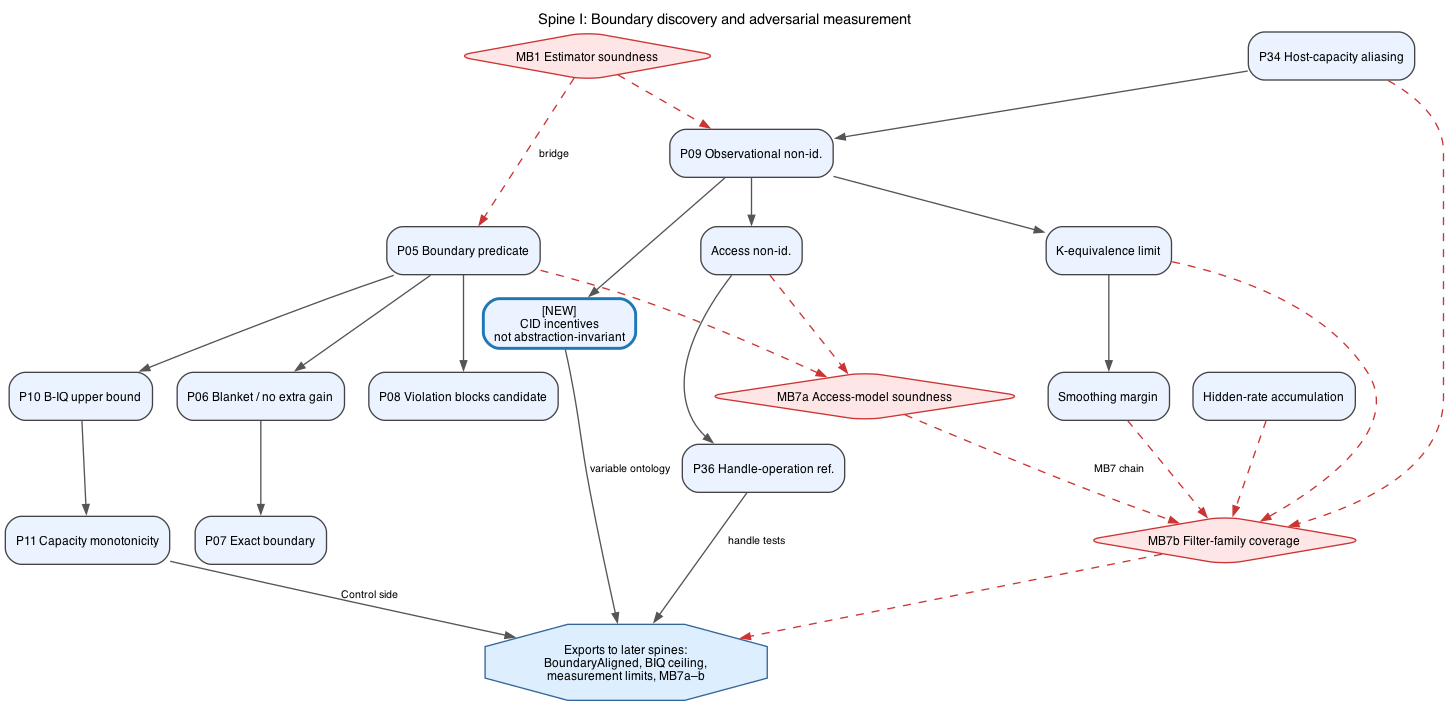
Earlier version of the Graphviz export figures/lean_proof/01-boundary-measurement.png (GunnarZarncke/towards-asi-alignment). Its source is kept beside it as context/lean_proof_graphs/01-boundary-measurement.dot.
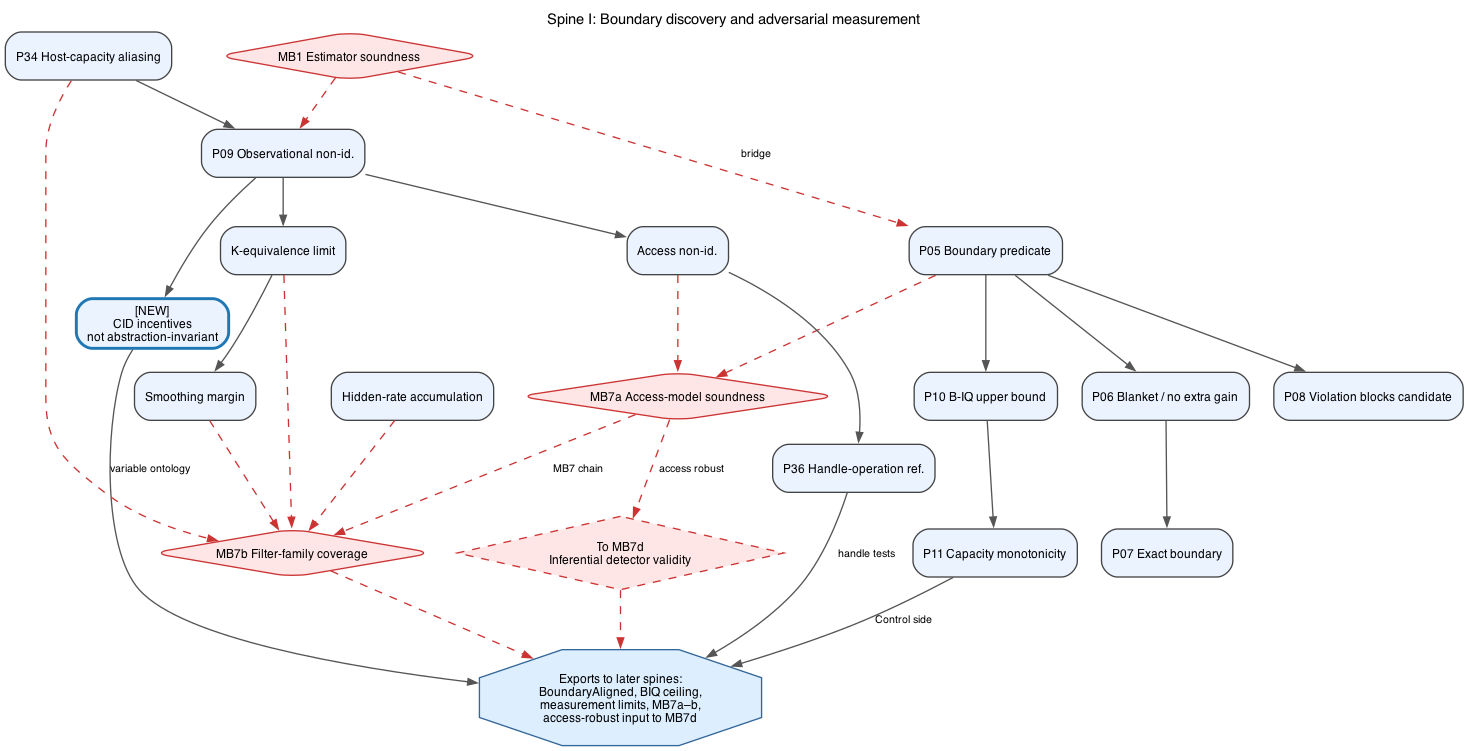
After the commit.

The edit, as a diff of the source:
```diff
@@ -30,9 +30,10 @@
   MB1 [shape=diamond, fillcolor="#FFE6E6", color="#CC3333", label="MB1 Estimator soundness"];
   MB7a [shape=diamond, fillcolor="#FFE6E6", color="#CC3333", label="MB7a Access-model soundness"];
   MB7b [shape=diamond, fillcolor="#FFE6E6", color="#CC3333", label="MB7b Filter-family coverage"];
+  MB7d_IN [shape=diamond, style="filled,dashed", fillcolor="#FFE6E6", color="#CC3333", label="To MB7d\nInferential detector validity"];
 
   OUT [shape=octagon, style="filled", fillcolor="#DDEEFF", color="#336699",
-       label="Exports to later spines:\nBoundaryAligned, BIQ ceiling,\nmeasurement limits, MB7a–b"];
+       label="Exports to later spines:\nBoundaryAligned, BIQ ceiling,\nmeasurement limits, MB7a–b,\naccess-robust input to MB7d"];
 
   P05 -> P06 -> P07;
   P05 -> P08;
@@ -47,6 +48,7 @@
   P05 -> MB7a [style=dashed, color="#CC3333"];
   P09A -> MB7a [style=dashed, color="#CC3333"];
   MB7a -> MB7b [style=dashed, color="#CC3333", label="MB7 chain"];
+  MB7a -> MB7d_IN [style=dashed, color="#CC3333", label="access robust"];
   P09K -> MB7b [style=dashed, color="#CC3333"];
   P36M -> MB7b [style=dashed, color="#CC3333"];
   P34 -> MB7b [style=dashed, color="#CC3333"];
@@ -54,6 +56,7 @@
 
   P11 -> OUT [label="Control side"];
   MB7b -> OUT [style=dashed, color="#CC3333"];
+  MB7d_IN -> OUT [style=dashed, color="#CC3333"];
   P36 -> OUT [label="handle tests"];
   PCID -> OUT [label="variable ontology"];
 }
```
